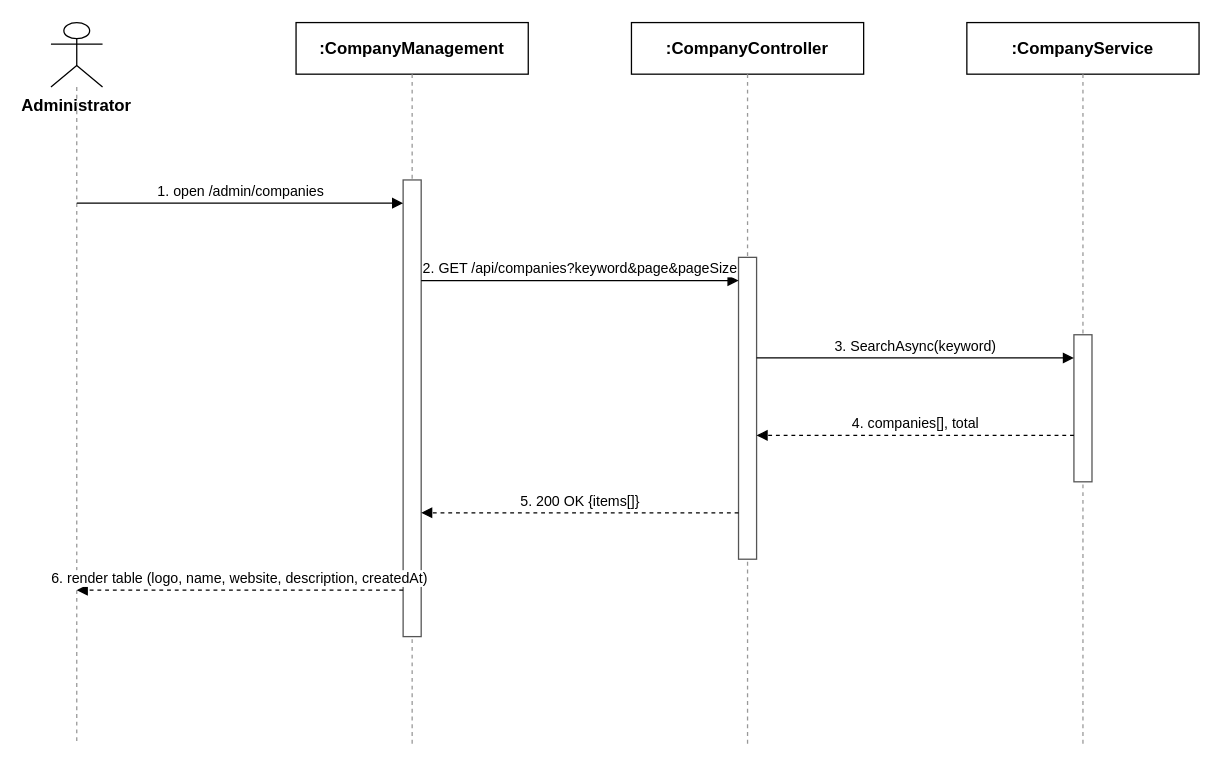
Above: docs/qa/Hien_SequenceDiagram/3.4.4_View_Company_List.drawio in tulklk/AI_Interview_Question_Generation_RAG_LLM_FE (draw.io), before the change. Source tidied: cells renumbered, new cells numbered last; positions are measured from the earlier drawing's top-left corner, leaving out a move shared by most shapes. Both pictures are drawn from the tidied source at 129%, with x=0, y=0 at pixel (50, 22).
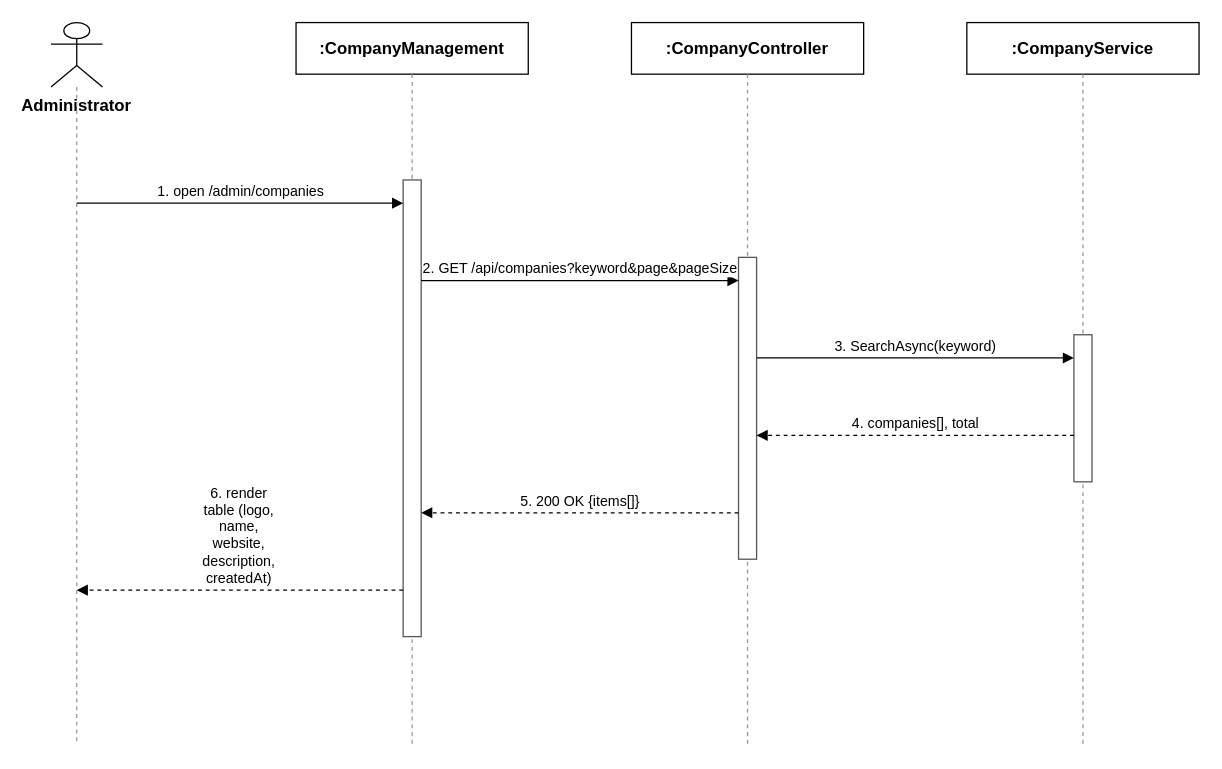
Above is the later version.

Change to the diagram source:
```diff
@@
-    <mxCell id="18" value="6. render table (logo, name, website, description, createdAt)" style="endArrow=block;endFill=1;html=1;dashed=1;fontSize=11;align=center;verticalAlign=bottom;labelBackgroundColor=#ffffff;strokeColor=#000000;" parent="1" edge="1">
+    <mxCell id="18" value="6. render table (logo, name, website, description, createdAt)" style="endArrow=block;endFill=1;html=1;whiteSpace=wrap;dashed=1;fontSize=11;align=center;verticalAlign=bottom;labelBackgroundColor=#ffffff;strokeColor=#000000;" parent="1" edge="1">
       <mxGeometry relative="1" as="geometry">
         <mxPoint x="273" y="440" as="sourcePoint" />
         <mxPoint x="20" y="440" as="targetPoint" />
       </mxGeometry>
     </mxCell>
```
